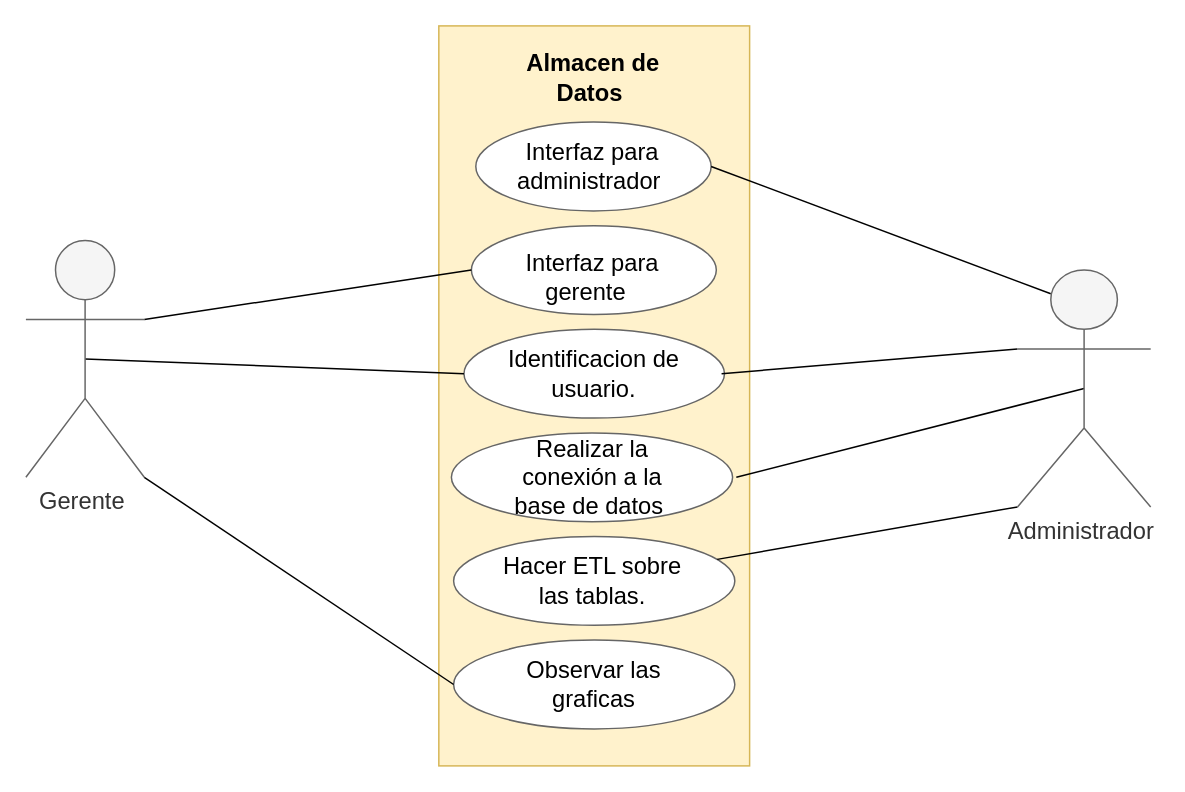
erikaipa18/lml keeps this draw.io diagram as diagramas/Diagrama sin título.drawio. Above is the earlier version. Source tidied: cells renumbered, new cells numbered last; positions are measured from the earlier drawing's top-left corner, leaving out a move shared by most shapes. Both pictures are drawn from the tidied source at 148%, with x=0, y=0 at pixel (25, 47).
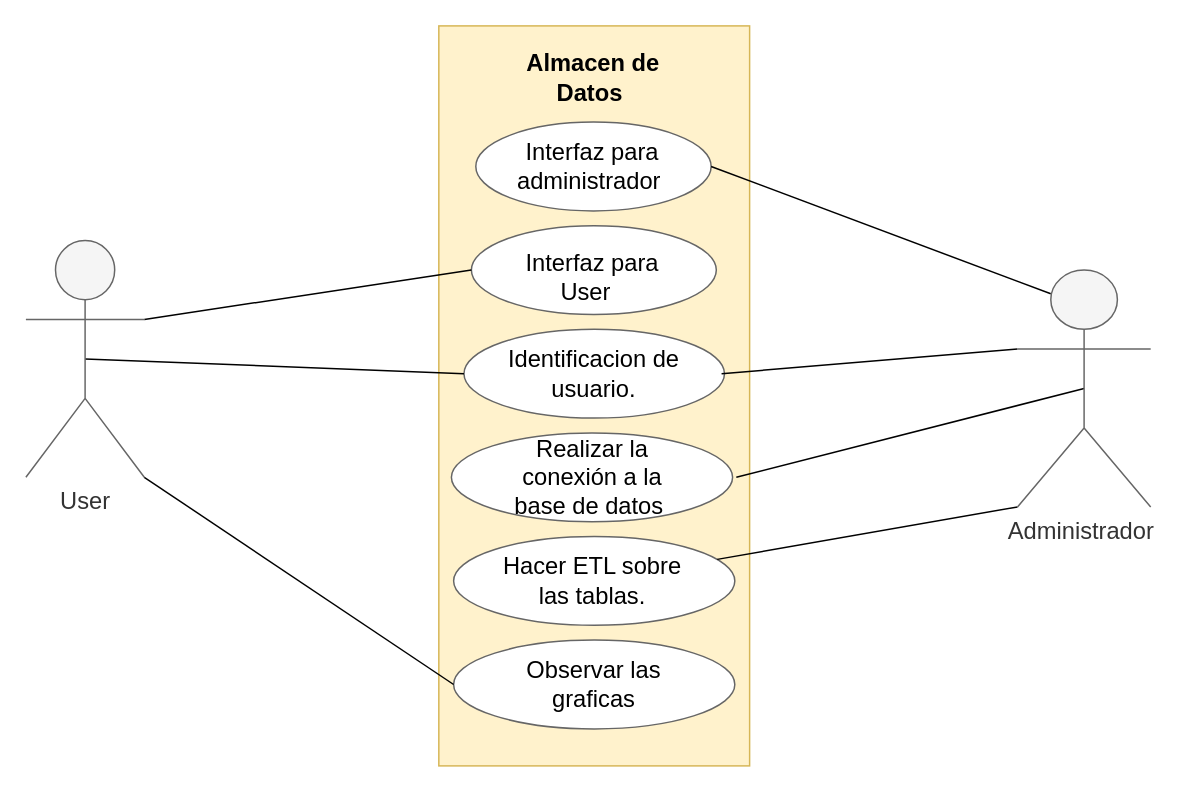
The same page after the edit.

Commit message:
Actualizar Diagrama sin título1.drawio

What changed in the source:
```diff
@@
-    <mxCell id="7" value="Interfaz para gerente&amp;nbsp;&amp;nbsp;" style="text;html=1;strokeColor=none;fillColor=none;align=center;verticalAlign=middle;whiteSpace=wrap;rounded=0;fontFamily=Helvetica;fontSize=16;" parent="1" vertex="1">
+    <mxCell id="7" value="Interfaz para User&amp;nbsp;&amp;nbsp;" style="text;html=1;strokeColor=none;fillColor=none;align=center;verticalAlign=middle;whiteSpace=wrap;rounded=0;fontFamily=Helvetica;fontSize=16;" parent="1" vertex="1">
       <mxGeometry x="320" y="140" width="126" height="30" as="geometry" />
     </mxCell>
@@
-    <mxCell id="22" value="Gerente&amp;nbsp;" style="shape=umlActor;verticalLabelPosition=bottom;verticalAlign=top;html=1;outlineConnect=0;strokeColor=#666666;fontFamily=Helvetica;fontSize=16;fillColor=#f5f5f5;fontColor=#333333;" parent="1" vertex="1">
+    <mxCell id="22" value="User" style="shape=umlActor;verticalLabelPosition=bottom;verticalAlign=top;html=1;outlineConnect=0;strokeColor=#666666;fontFamily=Helvetica;fontSize=16;fillColor=#f5f5f5;fontColor=#333333;" parent="1" vertex="1">
       <mxGeometry y="130" width="80" height="160" as="geometry" />
     </mxCell>
```
